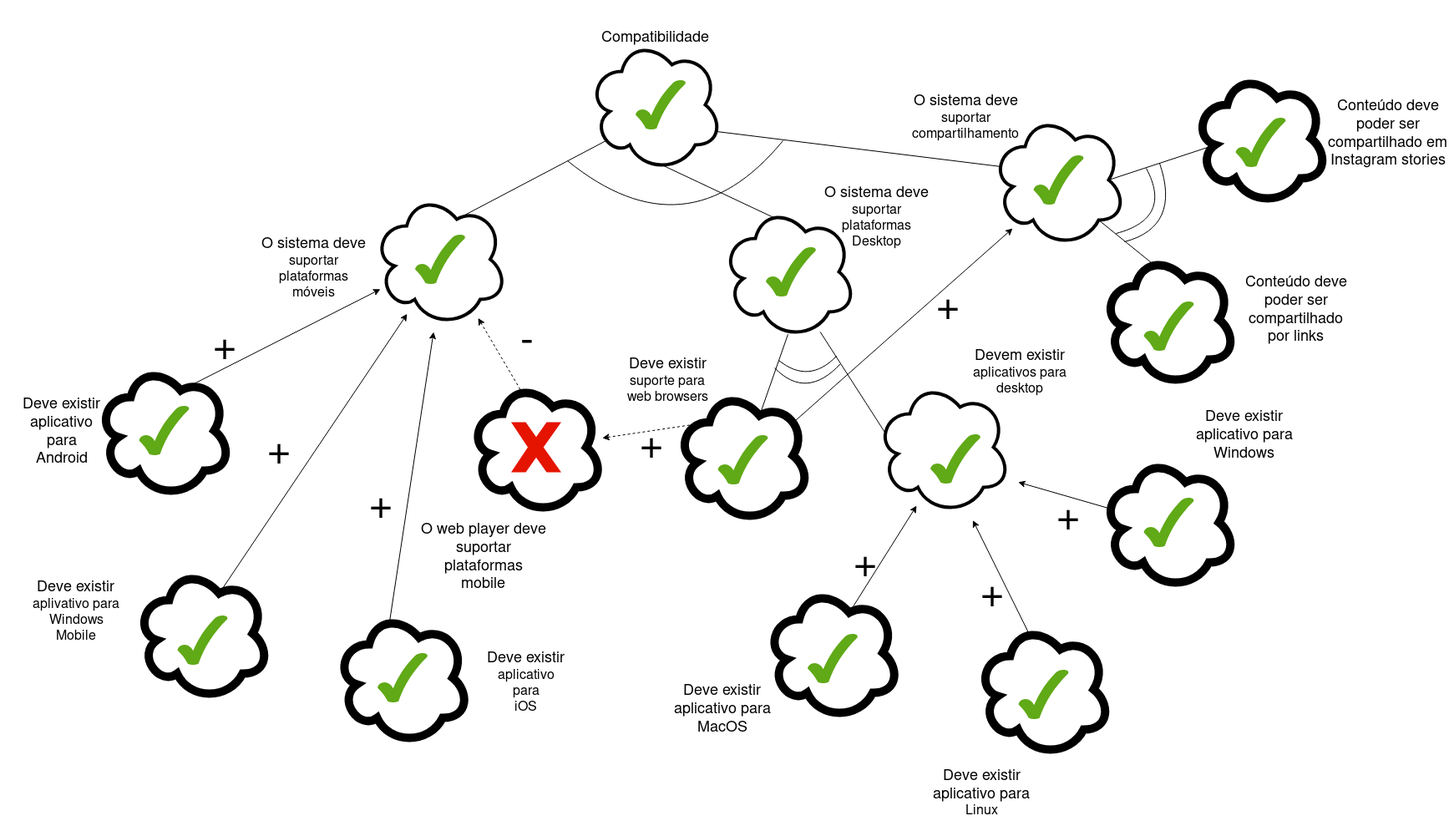
Requisitos-de-Software/2019.2-Deezer keeps this draw.io diagram as docs/assets/images/NFR/NFR-Compatibilidade.png. Above is the earlier version. Source tidied: cells renumbered, new cells last; positions are measured from the earlier drawing's top-left corner, leaving out a move shared by most shapes.
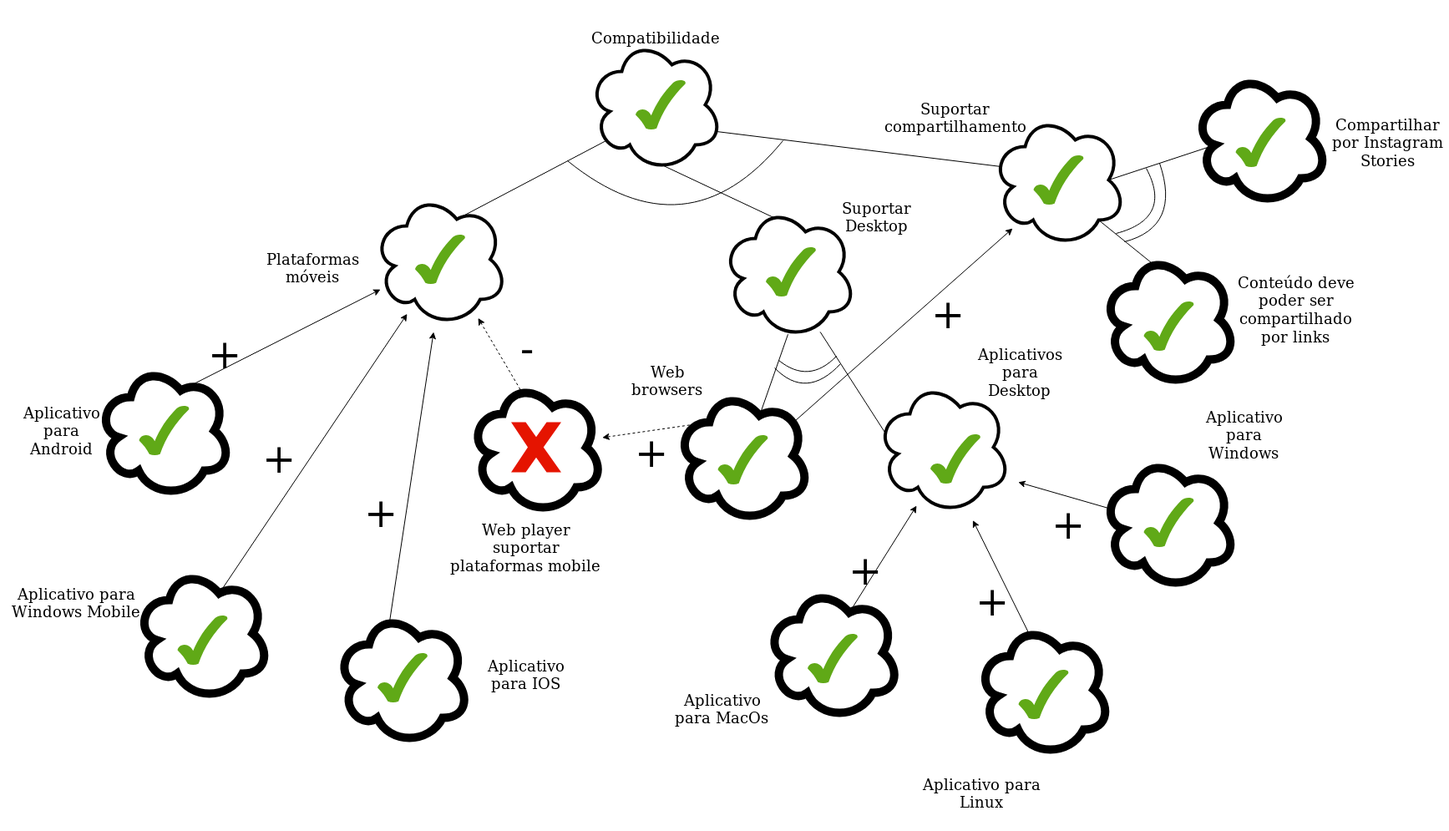
After the change.

The edit, as a diff of the source:
```diff
@@ -87,31 +87,31 @@
     <mxCell id="26" style="ellipse;shape=cloud;strokeWidth=10;fontSize=14;whiteSpace=wrap;html=1;align=center;" parent="1" vertex="1">
       <mxGeometry x="561.5" y="455" width="160" height="160" as="geometry" />
     </mxCell>
-    <mxCell id="27" value="&lt;div style=&quot;font-size: 18px&quot;&gt;&lt;font style=&quot;font-size: 18px&quot;&gt;Deve existir&lt;/font&gt;&lt;/div&gt;&lt;div style=&quot;font-size: 18px&quot;&gt;&lt;font style=&quot;font-size: 18px&quot;&gt;aplicativo para&lt;/font&gt;&lt;/div&gt;&lt;div style=&quot;font-size: 18px&quot;&gt;&lt;font style=&quot;font-size: 18px&quot;&gt;Android&lt;/font&gt;&lt;/div&gt;" style="text;html=1;strokeColor=none;fillColor=none;align=center;verticalAlign=middle;whiteSpace=wrap;rounded=0;" parent="1" vertex="1">
+    <mxCell id="27" value="&lt;font style=&quot;font-size: 18px&quot;&gt;Aplicativo para Android&lt;br&gt;&lt;/font&gt;" style="text;html=1;strokeColor=none;fillColor=none;align=center;verticalAlign=middle;whiteSpace=wrap;rounded=0;" parent="1" vertex="1">
       <mxGeometry x="17" y="462" width="113" height="107" as="geometry" />
     </mxCell>
-    <mxCell id="28" value="&lt;div&gt;&lt;font style=&quot;font-size: 18px&quot;&gt;O sistema deve&lt;/font&gt;&lt;/div&gt;&lt;div&gt;&lt;font size=&quot;3&quot;&gt;suportar&lt;/font&gt;&lt;/div&gt;&lt;div&gt;&lt;font size=&quot;3&quot;&gt;plataformas&lt;/font&gt;&lt;/div&gt;&lt;div&gt;&lt;font size=&quot;3&quot;&gt;móveis&lt;/font&gt;&lt;/div&gt;" style="text;html=1;strokeColor=none;fillColor=none;align=center;verticalAlign=middle;whiteSpace=wrap;rounded=0;" parent="1" vertex="1">
+    <mxCell id="28" value="&lt;font style=&quot;font-size: 18px&quot;&gt;Plataformas móveis&lt;br&gt;&lt;/font&gt;" style="text;html=1;strokeColor=none;fillColor=none;align=center;verticalAlign=middle;whiteSpace=wrap;rounded=0;" parent="1" vertex="1">
       <mxGeometry x="303" y="275" width="143" height="90" as="geometry" />
     </mxCell>
-    <mxCell id="29" value="&lt;div&gt;&lt;font style=&quot;font-size: 18px&quot;&gt;O sistema deve&lt;/font&gt;&lt;/div&gt;&lt;div&gt;&lt;font size=&quot;3&quot;&gt;suportar&lt;/font&gt;&lt;/div&gt;&lt;div&gt;&lt;font size=&quot;3&quot;&gt;plataformas&lt;/font&gt;&lt;/div&gt;&lt;div&gt;&lt;font size=&quot;3&quot;&gt;Desktop&lt;/font&gt;&lt;/div&gt;" style="text;html=1;strokeColor=none;fillColor=none;align=center;verticalAlign=middle;whiteSpace=wrap;rounded=0;" parent="1" vertex="1">
+    <mxCell id="29" value="&lt;font style=&quot;font-size: 18px&quot;&gt;Suportar Desktop&lt;br&gt;&lt;/font&gt;" style="text;html=1;strokeColor=none;fillColor=none;align=center;verticalAlign=middle;whiteSpace=wrap;rounded=0;" parent="1" vertex="1">
       <mxGeometry x="976.5" y="214" width="145" height="90" as="geometry" />
     </mxCell>
-    <mxCell id="30" value="&lt;div style=&quot;font-size: 18px&quot;&gt;&lt;font style=&quot;font-size: 18px&quot;&gt;O web player deve suportar&lt;/font&gt;&lt;/div&gt;&lt;div style=&quot;font-size: 18px&quot;&gt;&lt;font style=&quot;font-size: 18px&quot;&gt;plataformas&lt;/font&gt;&lt;/div&gt;&lt;div style=&quot;font-size: 18px&quot;&gt;&lt;font style=&quot;font-size: 18px&quot;&gt;mobile&lt;/font&gt;&lt;/div&gt;" style="text;html=1;strokeColor=none;fillColor=none;align=center;verticalAlign=middle;whiteSpace=wrap;rounded=0;direction=south;" parent="1" vertex="1">
-      <mxGeometry x="481.5" y="587" width="193" height="158" as="geometry" />
+    <mxCell id="30" value="&lt;font style=&quot;font-size: 18px&quot;&gt;Web player suportar plataformas mobile&lt;br&gt;&lt;/font&gt;" style="text;html=1;strokeColor=none;fillColor=none;align=center;verticalAlign=middle;whiteSpace=wrap;rounded=0;direction=south;" parent="1" vertex="1">
+      <mxGeometry x="533" y="576" width="193" height="158" as="geometry" />
     </mxCell>
     <mxCell id="31" value="&lt;font style=&quot;font-size: 18px&quot;&gt;Compatibilidade&lt;/font&gt;" style="text;html=1;strokeColor=none;fillColor=none;align=center;verticalAlign=middle;whiteSpace=wrap;rounded=0;" parent="1" vertex="1">
       <mxGeometry x="739" width="90" height="90" as="geometry" />
     </mxCell>
-    <mxCell id="32" value="&lt;div&gt;&lt;font style=&quot;font-size: 18px&quot;&gt;Deve existir aplicativo para&lt;/font&gt;&lt;/div&gt;&lt;div&gt;&lt;font size=&quot;3&quot;&gt;Linux&lt;/font&gt;&lt;/div&gt;" style="text;html=1;strokeColor=none;fillColor=none;align=center;verticalAlign=middle;whiteSpace=wrap;rounded=0;" parent="1" vertex="1">
+    <mxCell id="32" value="&lt;font style=&quot;font-size: 18px&quot;&gt;Aplicativo para Linux&lt;br&gt;&lt;/font&gt;" style="text;html=1;strokeColor=none;fillColor=none;align=center;verticalAlign=middle;whiteSpace=wrap;rounded=0;" parent="1" vertex="1">
       <mxGeometry x="1101" y="905" width="148" height="88" as="geometry" />
     </mxCell>
-    <mxCell id="33" value="&lt;div&gt;&lt;font style=&quot;font-size: 18px&quot;&gt;Deve existir&lt;/font&gt;&lt;/div&gt;&lt;div&gt;&lt;font size=&quot;3&quot;&gt;suporte para web browsers&lt;/font&gt;&lt;/div&gt;" style="text;html=1;strokeColor=none;fillColor=none;align=center;verticalAlign=middle;whiteSpace=wrap;rounded=0;" parent="1" vertex="1">
+    <mxCell id="33" value="&lt;font style=&quot;font-size: 18px&quot;&gt;Web browsers&lt;br&gt;&lt;/font&gt;" style="text;html=1;strokeColor=none;fillColor=none;align=center;verticalAlign=middle;whiteSpace=wrap;rounded=0;" parent="1" vertex="1">
       <mxGeometry x="739" y="410" width="120" height="90" as="geometry" />
     </mxCell>
-    <mxCell id="34" value="&lt;div&gt;&lt;font style=&quot;font-size: 18px&quot;&gt;Deve existir &lt;br&gt;&lt;/font&gt;&lt;/div&gt;&lt;font size=&quot;3&quot;&gt;aplivativo para&lt;/font&gt;&lt;div&gt;&lt;font size=&quot;3&quot;&gt;Windows Mobile&lt;/font&gt;&lt;/div&gt;" style="text;html=1;strokeColor=none;fillColor=none;align=center;verticalAlign=middle;whiteSpace=wrap;rounded=0;" parent="1" vertex="1">
+    <mxCell id="34" value="&lt;font style=&quot;font-size: 18px&quot;&gt;Aplicativo para Windows Mobile&lt;br&gt;&lt;/font&gt;" style="text;html=1;strokeColor=none;fillColor=none;align=center;verticalAlign=middle;whiteSpace=wrap;rounded=0;" parent="1" vertex="1">
       <mxGeometry x="0.5" y="663.5" width="180" height="117" as="geometry" />
     </mxCell>
-    <mxCell id="35" value="&lt;div&gt;&lt;font style=&quot;font-size: 18px&quot;&gt;Deve existir&lt;br&gt;&lt;/font&gt;&lt;div&gt;&lt;font size=&quot;3&quot;&gt;aplicativo para&lt;/font&gt;&lt;/div&gt;&lt;/div&gt;&lt;div&gt;&lt;font size=&quot;3&quot;&gt;iOS&lt;br&gt;&lt;/font&gt;&lt;/div&gt;" style="text;html=1;strokeColor=none;fillColor=none;align=center;verticalAlign=middle;whiteSpace=wrap;rounded=0;" parent="1" vertex="1">
+    <mxCell id="35" value="&lt;font style=&quot;font-size: 18px&quot;&gt;Aplicativo para IOS&lt;br&gt;&lt;/font&gt;" style="text;html=1;strokeColor=none;fillColor=none;align=center;verticalAlign=middle;whiteSpace=wrap;rounded=0;" parent="1" vertex="1">
       <mxGeometry x="562" y="758" width="135" height="98" as="geometry" />
     </mxCell>
     <mxCell id="36" style="verticalLabelPosition=bottom;verticalAlign=top;html=1;shape=mxgraph.basic.tick;strokeWidth=4;fontSize=14;fillColor=#60a917;strokeColor=none;fontColor=#ffffff;" parent="1" vertex="1">
@@ -129,10 +129,10 @@
     <mxCell id="40" style="verticalLabelPosition=bottom;verticalAlign=top;html=1;shape=mxgraph.basic.x;strokeWidth=4;fontSize=14;fillColor=#e51400;strokeColor=none;fontColor=#ffffff;" parent="1" vertex="1">
       <mxGeometry x="611.5" y="505" width="60" height="60" as="geometry" />
     </mxCell>
-    <mxCell id="41" value="&lt;font style=&quot;font-size: 18px&quot;&gt;Deve existir aplicativo para Windows&lt;/font&gt;" style="text;html=1;strokeColor=none;fillColor=none;align=center;verticalAlign=middle;whiteSpace=wrap;rounded=0;" parent="1" vertex="1">
+    <mxCell id="41" value="&lt;font style=&quot;font-size: 18px&quot;&gt;Aplicativo para Windows&lt;br&gt;&lt;/font&gt;" style="text;html=1;strokeColor=none;fillColor=none;align=center;verticalAlign=middle;whiteSpace=wrap;rounded=0;" parent="1" vertex="1">
       <mxGeometry x="1422.5" y="475" width="133" height="90" as="geometry" />
     </mxCell>
-    <mxCell id="42" value="&lt;div&gt;&lt;font style=&quot;font-size: 18px&quot;&gt;Deve existir aplicativo para MacOS&lt;/font&gt;&lt;/div&gt;" style="text;html=1;strokeColor=none;fillColor=none;align=center;verticalAlign=middle;whiteSpace=wrap;rounded=0;" parent="1" vertex="1">
+    <mxCell id="42" value="&lt;font style=&quot;font-size: 18px&quot;&gt;Aplicativo para MacOs&lt;br&gt;&lt;/font&gt;" style="text;html=1;strokeColor=none;fillColor=none;align=center;verticalAlign=middle;whiteSpace=wrap;rounded=0;" parent="1" vertex="1">
       <mxGeometry x="797.5" y="803" width="133" height="90" as="geometry" />
     </mxCell>
     <mxCell id="43" style="curved=1;endArrow=none;html=1;endFill=0;" parent="1" edge="1">
@@ -155,7 +155,7 @@
     <mxCell id="46" style="ellipse;shape=cloud;strokeWidth=10;fontSize=14;whiteSpace=wrap;html=1;align=center;" parent="1" vertex="1">
       <mxGeometry x="1319" y="545" width="160" height="160" as="geometry" />
     </mxCell>
-    <mxCell id="47" value="&lt;div&gt;&lt;font style=&quot;font-size: 18px&quot;&gt;Devem existir&lt;/font&gt;&lt;/div&gt;&lt;div&gt;&lt;font size=&quot;3&quot;&gt;aplicativos para desktop&lt;/font&gt;&lt;/div&gt;" style="text;html=1;strokeColor=none;fillColor=none;align=center;verticalAlign=middle;whiteSpace=wrap;rounded=0;" parent="1" vertex="1">
+    <mxCell id="47" value="&lt;font style=&quot;font-size: 18px&quot;&gt;Aplicativos para Desktop&lt;br&gt;&lt;/font&gt;" style="text;html=1;strokeColor=none;fillColor=none;align=center;verticalAlign=middle;whiteSpace=wrap;rounded=0;" parent="1" vertex="1">
       <mxGeometry x="1161" y="400" width="120" height="90" as="geometry" />
     </mxCell>
     <mxCell id="48" style="curved=1;endArrow=none;html=1;endFill=0;" parent="1" edge="1">
@@ -231,8 +231,8 @@
     <mxCell id="66" style="ellipse;shape=cloud;strokeWidth=4;fontSize=14;whiteSpace=wrap;html=1;align=center;fontStyle=0;" parent="1" vertex="1">
       <mxGeometry x="1187" y="135" width="160" height="160" as="geometry" />
     </mxCell>
-    <mxCell id="67" value="&lt;div&gt;&lt;font style=&quot;font-size: 18px&quot;&gt;O sistema deve&lt;/font&gt;&lt;/div&gt;&lt;div&gt;&lt;font size=&quot;3&quot;&gt;suportar compartilhamento&lt;br&gt;&lt;/font&gt;&lt;/div&gt;" style="text;html=1;strokeColor=none;fillColor=none;align=center;verticalAlign=middle;whiteSpace=wrap;rounded=0;" parent="1" vertex="1">
-      <mxGeometry x="1083.5" y="95" width="145" height="90" as="geometry" />
+    <mxCell id="67" value="&lt;font style=&quot;font-size: 18px&quot;&gt;Suportar compartilhamento&lt;/font&gt;" style="text;html=1;strokeColor=none;fillColor=none;align=center;verticalAlign=middle;whiteSpace=wrap;rounded=0;" parent="1" vertex="1">
+      <mxGeometry x="1071" y="95" width="145" height="90" as="geometry" />
     </mxCell>
     <mxCell id="68" style="ellipse;shape=cloud;strokeWidth=10;fontSize=14;whiteSpace=wrap;html=1;align=center;" parent="1" vertex="1">
       <mxGeometry x="1429" y="85" width="160" height="160" as="geometry" />
@@ -258,7 +258,7 @@
         </Array>
       </mxGeometry>
     </mxCell>
-    <mxCell id="72" value="&lt;div&gt;&lt;font style=&quot;font-size: 18px&quot;&gt;Conteúdo deve poder ser compartilhado em Instagram stories&lt;/font&gt;&lt;/div&gt;" style="text;html=1;strokeColor=none;fillColor=none;align=center;verticalAlign=middle;whiteSpace=wrap;rounded=0;" parent="1" vertex="1">
+    <mxCell id="72" value="&lt;font style=&quot;font-size: 18px&quot;&gt;Compartilhar por Instagram Stories&lt;br&gt;&lt;/font&gt;" style="text;html=1;strokeColor=none;fillColor=none;align=center;verticalAlign=middle;whiteSpace=wrap;rounded=0;" parent="1" vertex="1">
       <mxGeometry x="1589" y="125" width="145" height="90" as="geometry" />
     </mxCell>
     <mxCell id="73" value="&lt;div&gt;&lt;font style=&quot;font-size: 18px&quot;&gt;Conteúdo deve poder ser compartilhado por links&lt;br&gt;&lt;/font&gt;&lt;/div&gt;" style="text;html=1;strokeColor=none;fillColor=none;align=center;verticalAlign=middle;whiteSpace=wrap;rounded=0;" parent="1" vertex="1">
```
